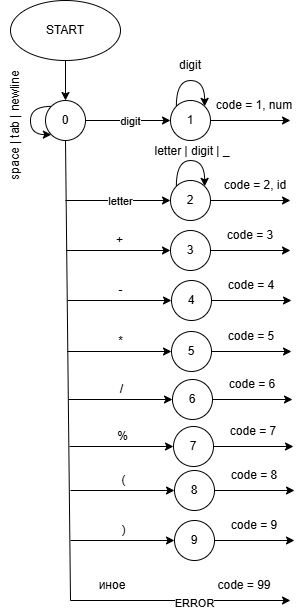
The draw.io diagram images/lab6/diagr.drawio.png in AlexandrVeiber/lab_TFYAK, before a commit. Source tidied: cells renumbered, new cells last; positions are measured from the earlier drawing's top-left corner, leaving out a move shared by most shapes.
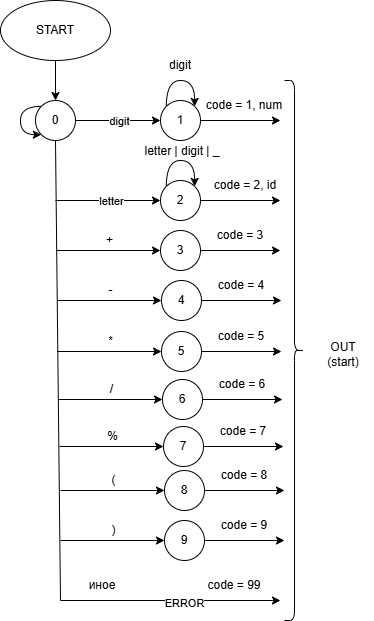
After the commit.

What changed in the source:
```diff
@@ -229,11 +229,14 @@
         </Array>
       </mxGeometry>
     </mxCell>
-    <mxCell id="59" value="space | tab | newline" style="text;html=1;whiteSpace=wrap;strokeColor=none;fillColor=none;align=center;verticalAlign=middle;rounded=0;rotation=-90;" parent="1" vertex="1">
-      <mxGeometry y="110" width="130" height="30" as="geometry" />
-    </mxCell>
     <mxCell id="60" value="иное" style="text;html=1;whiteSpace=wrap;strokeColor=none;fillColor=none;align=center;verticalAlign=middle;rounded=0;" parent="1" vertex="1">
       <mxGeometry x="132" y="570" width="60" height="30" as="geometry" />
     </mxCell>
+    <mxCell id="61" style="shape=curlyBracket;whiteSpace=wrap;html=1;rounded=1;flipH=1;labelPosition=right;verticalLabelPosition=middle;align=left;verticalAlign=middle;legacyAnchorPoints=0;" parent="1" vertex="1">
+      <mxGeometry x="344" y="80" width="20" height="540" as="geometry" />
+    </mxCell>
+    <mxCell id="62" value="OUT&lt;br&gt;(start)" style="text;html=1;whiteSpace=wrap;strokeColor=none;fillColor=none;align=center;verticalAlign=middle;rounded=0;" parent="1" vertex="1">
+      <mxGeometry x="373.5" y="339" width="60" height="30" as="geometry" />
+    </mxCell>
   </root>
 </mxGraphModel>
```
